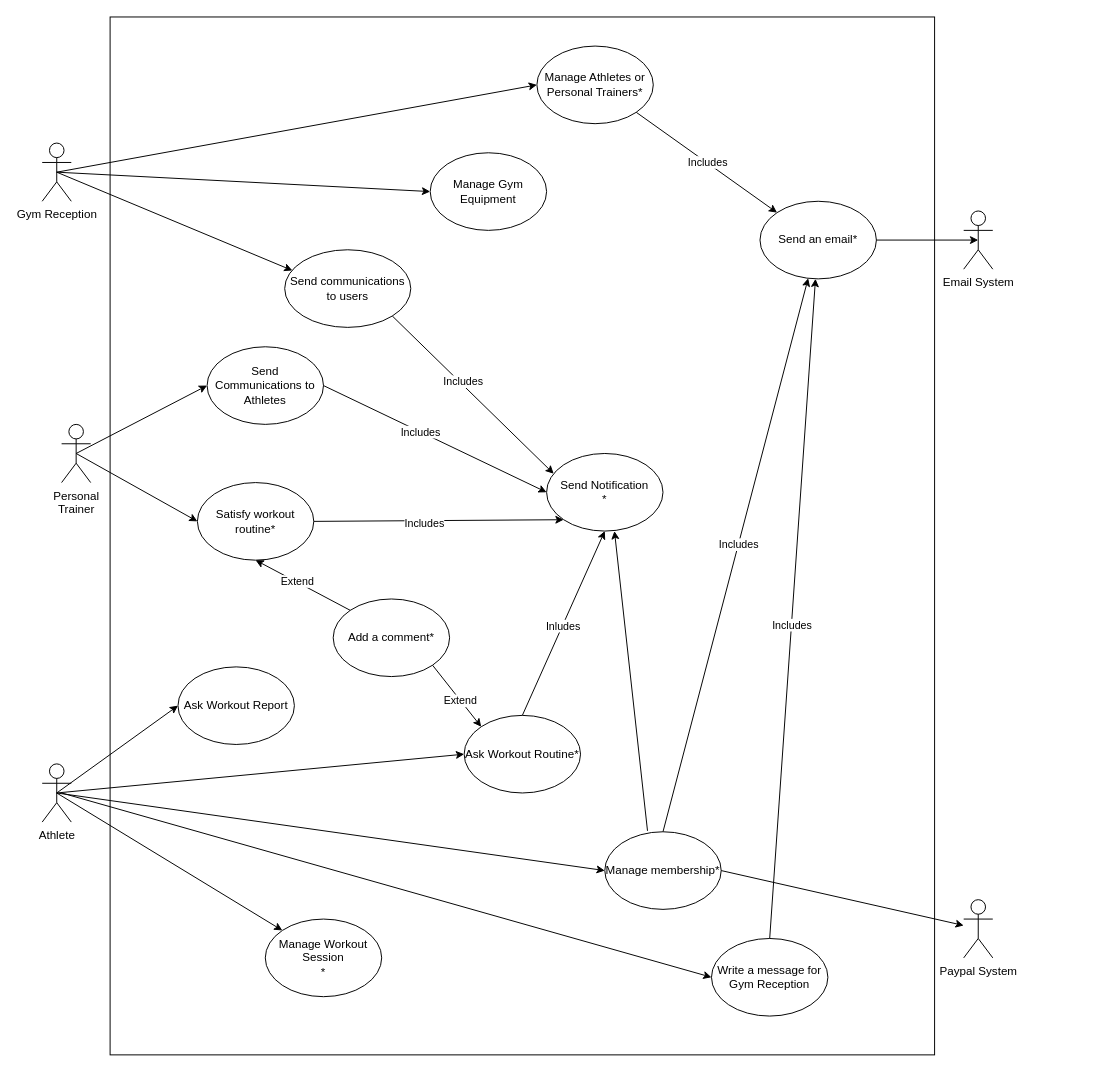
This is Use cases/Use_case_new.drawio from GymBuddy-Corporation/GymBuddy_deliverables, a draw.io file, before an edit. Source tidied: cells renumbered, new cells numbered last; positions are measured from the earlier drawing's top-left corner, leaving out a move shared by most shapes. Both pictures are drawn from the tidied source at 97%, with x=0, y=0 at pixel (42, 16).
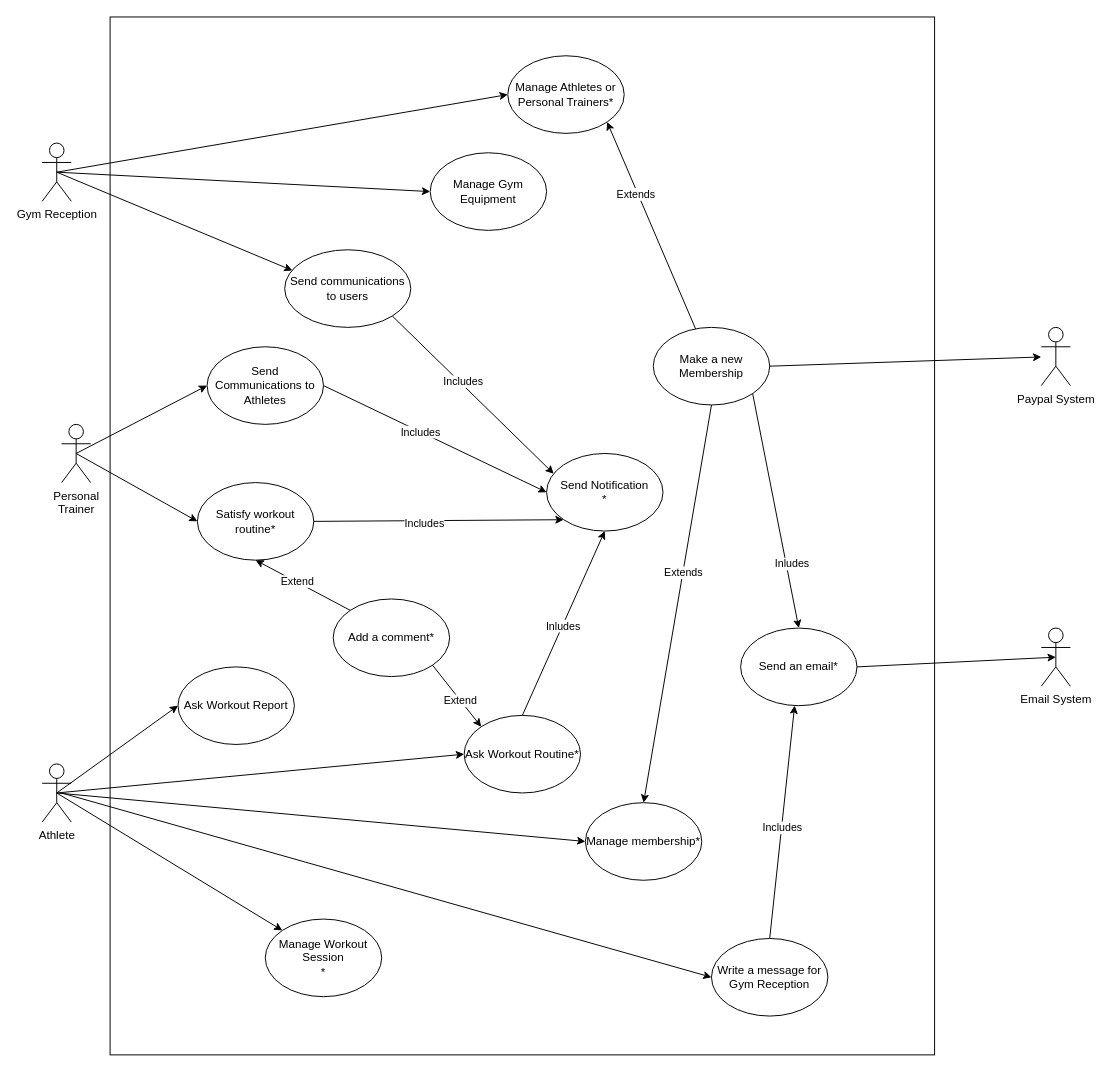
Above is the later version.

The change refers to these unchanged cells:
```xml
<mxCell id="13" value="&lt;div&gt;Send Notification&lt;/div&gt;*" style="ellipse;whiteSpace=wrap;html=1;" parent="1" vertex="1">
  <mxGeometry x="520" y="450" width="120" height="80" as="geometry" />
</mxCell>
```

Change to the diagram source:
```diff
@@
     <mxCell id="6" value="Manage Athletes or Personal Trainers*" style="ellipse;whiteSpace=wrap;html=1;" parent="1" vertex="1">
-      <mxGeometry x="510" y="30" width="120" height="80" as="geometry" />
+      <mxGeometry x="480" y="40" width="120" height="80" as="geometry" />
     </mxCell>
@@
     <mxCell id="21" value="Send an email*" style="ellipse;whiteSpace=wrap;html=1;" parent="1" vertex="1">
-      <mxGeometry x="740" y="190" width="120" height="80" as="geometry" />
+      <mxGeometry x="720" y="630" width="120" height="80" as="geometry" />
     </mxCell>
@@
     <mxCell id="23" value="Email System" style="shape=umlActor;verticalLabelPosition=bottom;verticalAlign=top;html=1;outlineConnect=0;" parent="1" vertex="1">
-      <mxGeometry x="950" y="200" width="30" height="60" as="geometry" />
+      <mxGeometry x="1030" y="630" width="30" height="60" as="geometry" />
     </mxCell>
     <mxCell id="24" value="&lt;div&gt;Paypal System&lt;/div&gt;" style="shape=umlActor;verticalLabelPosition=bottom;verticalAlign=top;html=1;outlineConnect=0;" parent="1" vertex="1">
-      <mxGeometry x="950" y="910" width="30" height="60" as="geometry" />
+      <mxGeometry x="1030" y="320" width="30" height="60" as="geometry" />
     </mxCell>
@@
-    <mxCell id="27" style="rounded=0;jettySize=auto;html=1;exitX=0.5;exitY=0;exitDx=0;exitDy=0;" parent="1" edge="1" source="29" target="21">
-      <mxGeometry relative="1" as="geometry" />
-    </mxCell>
-    <mxCell id="28" value="Includes" style="edgeLabel;html=1;align=center;verticalAlign=middle;" parent="27" vertex="1">
-      <mxGeometry x="0.04" relative="1" as="geometry" />
-    </mxCell>
     <mxCell id="29" value="Manage membership*" style="ellipse;whiteSpace=wrap;html=1;" parent="1" vertex="1">
-      <mxGeometry x="580" y="840" width="120" height="80" as="geometry" />
+      <mxGeometry x="560" y="810" width="120" height="80" as="geometry" />
     </mxCell>
-    <mxCell id="30" style="endArrow=classic;html=1;rounded=0;exitX=1;exitY=0.5;exitDx=0;exitDy=0;" parent="1" edge="1" source="29" target="24">
-      <mxGeometry relative="1" as="geometry" />
-    </mxCell>
@@
-    <mxCell id="43" style="endArrow=classic;html=1;rounded=0;exitX=1;exitY=1;exitDx=0;exitDy=0;entryX=0;entryY=0;entryDx=0;entryDy=0;" parent="1" edge="1" source="6" target="21">
-      <mxGeometry relative="1" as="geometry" />
-    </mxCell>
-    <mxCell id="44" value="Includes" style="edgeLabel;html=1;align=center;verticalAlign=middle;" parent="43" vertex="1">
-      <mxGeometry y="1" relative="1" as="geometry" />
-    </mxCell>
@@
-    <mxCell id="52" style="endArrow=classic;html=1;rounded=0;exitX=0.367;exitY=-0.012;exitDx=0;exitDy=0;exitPerimeter=0;entryX=0.583;entryY=1;entryDx=0;entryDy=0;entryPerimeter=0;" parent="1" edge="1" source="29" target="13">
-      <mxGeometry relative="1" as="geometry" />
-    </mxCell>
+    <mxCell id="53" value="Make a new Membership&lt;div&gt;&lt;/div&gt;" style="ellipse;whiteSpace=wrap;html=1;" parent="1" vertex="1">
+      <mxGeometry x="630" y="320" width="120" height="80" as="geometry" />
+    </mxCell>
+    <mxCell id="54" style="endArrow=none;html=1;rounded=0;exitX=1;exitY=1;exitDx=0;exitDy=0;endFill=0;startArrow=classic;startFill=1;" parent="1" edge="1" source="6" target="53">
+      <mxGeometry relative="1" as="geometry" />
+    </mxCell>
+    <mxCell id="55" value="Extends" style="edgeLabel;html=1;align=center;verticalAlign=middle;" parent="54" vertex="1">
+      <mxGeometry x="-0.3" y="-3" relative="1" as="geometry">
+        <mxPoint y="-1" as="offset" />
+      </mxGeometry>
+    </mxCell>
+    <mxCell id="56" style="endArrow=none;html=1;rounded=0;exitX=0.5;exitY=0;exitDx=0;exitDy=0;entryX=0.5;entryY=1;entryDx=0;entryDy=0;endFill=0;startArrow=classic;startFill=1;" parent="1" edge="1" source="29" target="53">
+      <mxGeometry relative="1" as="geometry" />
+    </mxCell>
+    <mxCell id="57" value="Extends" style="edgeLabel;html=1;align=center;verticalAlign=middle;" parent="56" vertex="1">
+      <mxGeometry x="0.16" relative="1" as="geometry" />
+    </mxCell>
+    <mxCell id="58" style="endArrow=classic;html=1;rounded=0;exitX=1;exitY=0.5;exitDx=0;exitDy=0;" parent="1" edge="1" source="53" target="24">
+      <mxGeometry relative="1" as="geometry" />
+    </mxCell>
+    <mxCell id="59" style="endArrow=classic;html=1;rounded=0;exitX=1;exitY=1;exitDx=0;exitDy=0;entryX=0.5;entryY=0;entryDx=0;entryDy=0;" parent="1" edge="1" source="53" target="21">
+      <mxGeometry relative="1" as="geometry" />
+    </mxCell>
+    <mxCell id="60" value="Inludes" style="edgeLabel;html=1;align=center;verticalAlign=middle;" parent="59" vertex="1">
+      <mxGeometry x="0.46" y="5" relative="1" as="geometry" />
+    </mxCell>
```
